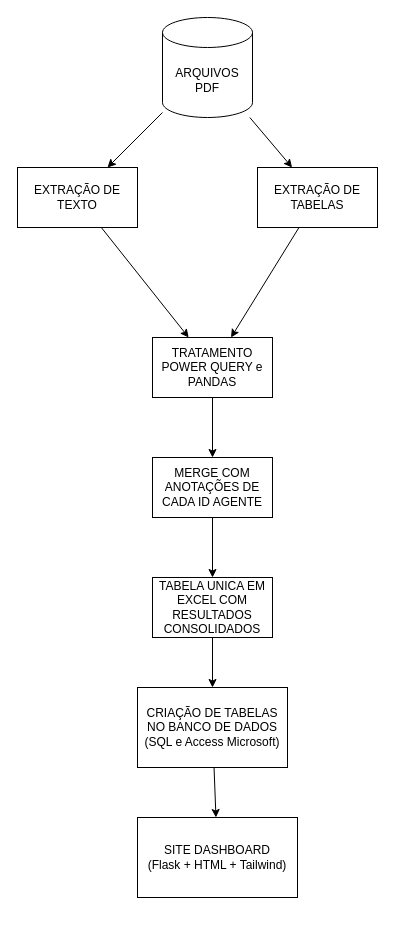
The draw.io diagram src/ScrapperPDF/diagrama.drawio in PedroVic12/Palkia-PDF-extractor, before the edit. Source tidied: cells renumbered, new cells numbered last; positions are measured from the earlier drawing's top-left corner, leaving out a move shared by most shapes. Both pictures are drawn from the tidied source at 100%, with x=0, y=0 at pixel (17, 17).
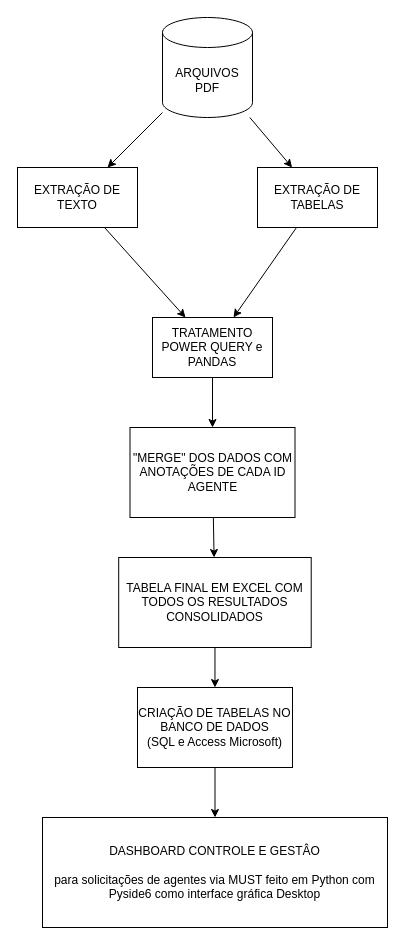
After the change.

Change to the diagram source:
```diff
@@
 <mxGraphModel>
   <root>
     <mxCell id="0" />
     <mxCell id="1" parent="0" />
     <mxCell id="2" style="edgeStyle=none;html=1;" parent="1" edge="1" source="3" target="10">
       <mxGeometry relative="1" as="geometry" />
     </mxCell>
     <mxCell id="3" value="EXTRAÇÃO DE TEXTO" style="rounded=0;whiteSpace=wrap;html=1;" parent="1" vertex="1">
       <mxGeometry y="150" width="120" height="60" as="geometry" />
     </mxCell>
     <mxCell id="4" style="edgeStyle=none;html=1;" parent="1" edge="1" source="6" target="3">
       <mxGeometry relative="1" as="geometry" />
     </mxCell>
     <mxCell id="5" style="edgeStyle=none;html=1;" parent="1" edge="1" source="6" target="8">
       <mxGeometry relative="1" as="geometry" />
     </mxCell>
     <mxCell id="6" value="ARQUIVOS&lt;div&gt;PDF&lt;/div&gt;" style="shape=cylinder3;whiteSpace=wrap;html=1;boundedLbl=1;backgroundOutline=1;size=15;" parent="1" vertex="1">
       <mxGeometry x="145" width="90" height="100" as="geometry" />
     </mxCell>
     <mxCell id="7" style="edgeStyle=none;html=1;" parent="1" edge="1" source="8" target="10">
       <mxGeometry relative="1" as="geometry" />
     </mxCell>
     <mxCell id="8" value="EXTRAÇÃO DE TABELAS" style="rounded=0;whiteSpace=wrap;html=1;" parent="1" vertex="1">
       <mxGeometry x="240" y="150" width="120" height="60" as="geometry" />
     </mxCell>
     <mxCell id="9" style="edgeStyle=none;html=1;" parent="1" edge="1" source="10" target="12">
       <mxGeometry relative="1" as="geometry" />
     </mxCell>
     <mxCell id="10" value="TRATAMENTO POWER QUERY e PANDAS" style="rounded=0;whiteSpace=wrap;html=1;" parent="1" vertex="1">
-      <mxGeometry x="135" y="320" width="120" height="60" as="geometry" />
+      <mxGeometry x="135" y="300" width="120" height="60" as="geometry" />
     </mxCell>
     <mxCell id="11" style="edgeStyle=none;html=1;" parent="1" edge="1" source="12" target="14">
       <mxGeometry relative="1" as="geometry" />
     </mxCell>
-    <mxCell id="12" value="MERGE COM ANOTAÇÕES DE CADA ID AGENTE" style="rounded=0;whiteSpace=wrap;html=1;" parent="1" vertex="1">
-      <mxGeometry x="135" y="440" width="120" height="60" as="geometry" />
+    <mxCell id="12" value="&quot;MERGE&quot; DOS DADOS COM ANOTAÇÕES DE CADA ID AGENTE" style="rounded=0;whiteSpace=wrap;html=1;" parent="1" vertex="1">
+      <mxGeometry x="112.5" y="410" width="165" height="90" as="geometry" />
     </mxCell>
     <mxCell id="13" style="edgeStyle=none;html=1;" parent="1" edge="1" source="14" target="16">
       <mxGeometry relative="1" as="geometry" />
     </mxCell>
-    <mxCell id="14" value="TABELA UNICA EM EXCEL COM RESULTADOS CONSOLIDADOS" style="rounded=0;whiteSpace=wrap;html=1;" parent="1" vertex="1">
-      <mxGeometry x="135" y="560" width="120" height="60" as="geometry" />
+    <mxCell id="14" value="TABELA FINAL EM EXCEL COM TODOS OS RESULTADOS CONSOLIDADOS" style="rounded=0;whiteSpace=wrap;html=1;" parent="1" vertex="1">
+      <mxGeometry x="101.2" y="540" width="192.5" height="90" as="geometry" />
     </mxCell>
     <mxCell id="15" style="edgeStyle=none;html=1;" parent="1" edge="1" source="16" target="17">
       <mxGeometry relative="1" as="geometry" />
     </mxCell>
     <mxCell id="16" value="CRIAÇÃO DE TABELAS NO BANCO DE DADOS&lt;div&gt;(SQL e Access Microsoft)&lt;/div&gt;" style="rounded=0;whiteSpace=wrap;html=1;" parent="1" vertex="1">
-      <mxGeometry x="120" y="670" width="150" height="80" as="geometry" />
+      <mxGeometry x="120" y="670" width="155" height="80" as="geometry" />
     </mxCell>
-    <mxCell id="17" value="SITE DASHBOARD&lt;div&gt;(Flask + HTML + Tailwind)&lt;/div&gt;" style="rounded=0;whiteSpace=wrap;html=1;" parent="1" vertex="1">
-      <mxGeometry x="120" y="800" width="160" height="80" as="geometry" />
+    <mxCell id="17" value="DASHBOARD CONTROLE E GESTÂO&lt;div&gt;&lt;font color=&quot;#000000&quot;&gt;&lt;br&gt;&lt;/font&gt;&lt;div&gt;para solicitações de agentes via MUST feito em Python com Pyside6 como interface gráfica Desktop&lt;/div&gt;&lt;/div&gt;" style="rounded=0;whiteSpace=wrap;html=1;" parent="1" vertex="1">
+      <mxGeometry x="25" y="800" width="345" height="110" as="geometry" />
     </mxCell>
   </root>
 </mxGraphModel>
```
